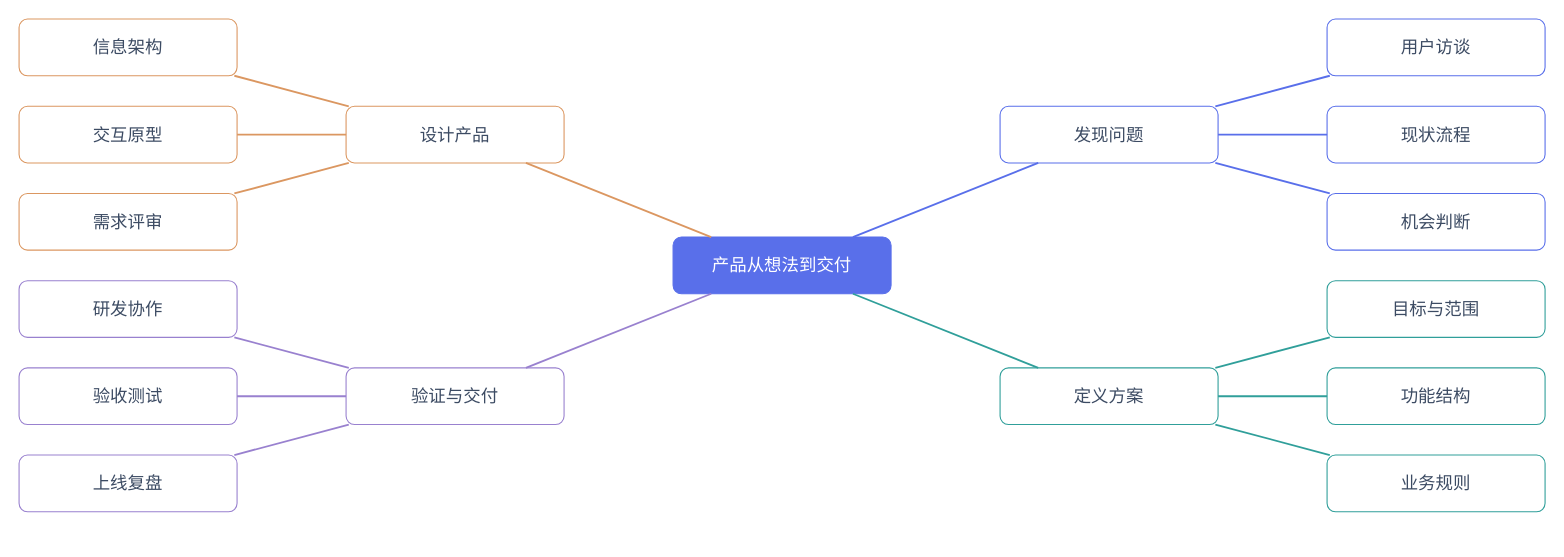
Before: examples/mindmap.drawio in beidaomitu233/FlyMind, a draw.io diagram. Source tidied: cells renumbered, new cells numbered last; positions are measured from the earlier drawing's top-left corner, leaving out a move shared by most shapes. Both pictures are drawn from the tidied source at 109%, with x=0, y=0 at pixel (19, 19).
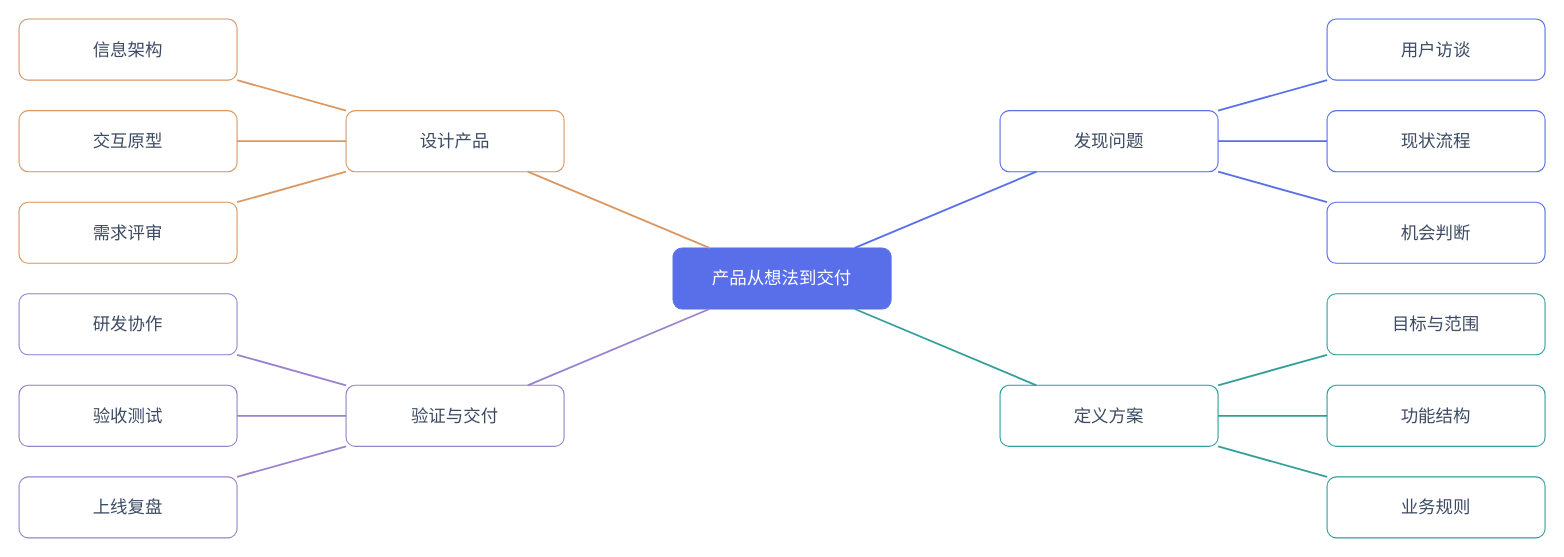
The same page after the edit.

What changed in the source:
```diff
@@
-    <mxCell id="2" value="产品从想法到交付" style="rounded=1;whiteSpace=wrap;html=0;fillColor=#596fea;strokeColor=#596fea;fontColor=#fff;fontSize=16;" parent="1" vertex="1">
-      <mxGeometry x="600" y="200" width="200" height="52" as="geometry" />
+    <mxCell id="2" value="产品从想法到交付" style="rounded=1;fillColor=#596fea;strokeColor=#596fea;whiteSpace=wrap;html=0;fontColor=#fff;fontSize=16;" parent="1" vertex="1">
+      <mxGeometry x="600" y="210" width="200" height="56" as="geometry" />
     </mxCell>
-    <mxCell id="3" value="发现问题" style="rounded=1;whiteSpace=wrap;html=0;fillColor=#fff;strokeColor=#596fea;fontColor=#3c4b63;fontSize=16;" parent="1" vertex="1">
-      <mxGeometry x="900" y="80" width="200" height="52" as="geometry" />
+    <mxCell id="3" value="发现问题" style="rounded=1;fillColor=#fff;strokeColor=#596fea;whiteSpace=wrap;html=0;fontColor=#3c4b63;fontSize=16;" parent="1" vertex="1">
+      <mxGeometry x="900" y="84" width="200" height="56" as="geometry" />
     </mxCell>
-    <mxCell id="4" value="用户访谈" style="rounded=1;whiteSpace=wrap;html=0;fillColor=#fff;strokeColor=#596fea;fontColor=#3c4b63;fontSize=16;" parent="1" vertex="1">
-      <mxGeometry x="1200" width="200" height="52" as="geometry" />
+    <mxCell id="4" value="用户访谈" style="rounded=1;fillColor=#fff;strokeColor=#596fea;whiteSpace=wrap;html=0;fontColor=#3c4b63;fontSize=16;" parent="1" vertex="1">
+      <mxGeometry x="1200" width="200" height="56" as="geometry" />
     </mxCell>
-    <mxCell id="5" value="现状流程" style="rounded=1;whiteSpace=wrap;html=0;fillColor=#fff;strokeColor=#596fea;fontColor=#3c4b63;fontSize=16;" parent="1" vertex="1">
-      <mxGeometry x="1200" y="80" width="200" height="52" as="geometry" />
+    <mxCell id="5" value="现状流程" style="rounded=1;fillColor=#fff;strokeColor=#596fea;whiteSpace=wrap;html=0;fontColor=#3c4b63;fontSize=16;" parent="1" vertex="1">
+      <mxGeometry x="1200" y="84" width="200" height="56" as="geometry" />
     </mxCell>
-    <mxCell id="6" value="机会判断" style="rounded=1;whiteSpace=wrap;html=0;fillColor=#fff;strokeColor=#596fea;fontColor=#3c4b63;fontSize=16;" parent="1" vertex="1">
-      <mxGeometry x="1200" y="160" width="200" height="52" as="geometry" />
+    <mxCell id="6" value="机会判断" style="rounded=1;fillColor=#fff;strokeColor=#596fea;whiteSpace=wrap;html=0;fontColor=#3c4b63;fontSize=16;" parent="1" vertex="1">
+      <mxGeometry x="1200" y="168" width="200" height="56" as="geometry" />
     </mxCell>
-    <mxCell id="7" value="定义方案" style="rounded=1;whiteSpace=wrap;html=0;fillColor=#fff;strokeColor=#309f9a;fontColor=#3c4b63;fontSize=16;" parent="1" vertex="1">
-      <mxGeometry x="900" y="320" width="200" height="52" as="geometry" />
+    <mxCell id="7" value="定义方案" style="rounded=1;fillColor=#fff;strokeColor=#309f9a;whiteSpace=wrap;html=0;fontColor=#3c4b63;fontSize=16;" parent="1" vertex="1">
+      <mxGeometry x="900" y="336" width="200" height="56" as="geometry" />
     </mxCell>
-    <mxCell id="8" value="目标与范围" style="rounded=1;whiteSpace=wrap;html=0;fillColor=#fff;strokeColor=#309f9a;fontColor=#3c4b63;fontSize=16;" parent="1" vertex="1">
-      <mxGeometry x="1200" y="240" width="200" height="52" as="geometry" />
+    <mxCell id="8" value="目标与范围" style="rounded=1;fillColor=#fff;strokeColor=#309f9a;whiteSpace=wrap;html=0;fontColor=#3c4b63;fontSize=16;" parent="1" vertex="1">
+      <mxGeometry x="1200" y="252" width="200" height="56" as="geometry" />
     </mxCell>
-    <mxCell id="9" value="功能结构" style="rounded=1;whiteSpace=wrap;html=0;fillColor=#fff;strokeColor=#309f9a;fontColor=#3c4b63;fontSize=16;" parent="1" vertex="1">
-      <mxGeometry x="1200" y="320" width="200" height="52" as="geometry" />
+    <mxCell id="9" value="功能结构" style="rounded=1;fillColor=#fff;strokeColor=#309f9a;whiteSpace=wrap;html=0;fontColor=#3c4b63;fontSize=16;" parent="1" vertex="1">
+      <mxGeometry x="1200" y="336" width="200" height="56" as="geometry" />
     </mxCell>
-    <mxCell id="10" value="业务规则" style="rounded=1;whiteSpace=wrap;html=0;fillColor=#fff;strokeColor=#309f9a;fontColor=#3c4b63;fontSize=16;" parent="1" vertex="1">
-      <mxGeometry x="1200" y="400" width="200" height="52" as="geometry" />
+    <mxCell id="10" value="业务规则" style="rounded=1;fillColor=#fff;strokeColor=#309f9a;whiteSpace=wrap;html=0;fontColor=#3c4b63;fontSize=16;" parent="1" vertex="1">
+      <mxGeometry x="1200" y="420" width="200" height="56" as="geometry" />
     </mxCell>
-    <mxCell id="11" value="设计产品" style="rounded=1;whiteSpace=wrap;html=0;fillColor=#fff;strokeColor=#db9761;fontColor=#3c4b63;fontSize=16;" parent="1" vertex="1">
-      <mxGeometry x="300" y="80" width="200" height="52" as="geometry" />
+    <mxCell id="11" value="设计产品" style="rounded=1;fillColor=#fff;strokeColor=#db9761;whiteSpace=wrap;html=0;fontColor=#3c4b63;fontSize=16;" parent="1" vertex="1">
+      <mxGeometry x="300" y="84" width="200" height="56" as="geometry" />
     </mxCell>
-    <mxCell id="12" value="信息架构" style="rounded=1;whiteSpace=wrap;html=0;fillColor=#fff;strokeColor=#db9761;fontColor=#3c4b63;fontSize=16;" parent="1" vertex="1">
-      <mxGeometry width="200" height="52" as="geometry" />
+    <mxCell id="12" value="信息架构" style="rounded=1;fillColor=#fff;strokeColor=#db9761;whiteSpace=wrap;html=0;fontColor=#3c4b63;fontSize=16;" parent="1" vertex="1">
+      <mxGeometry width="200" height="56" as="geometry" />
     </mxCell>
-    <mxCell id="13" value="交互原型" style="rounded=1;whiteSpace=wrap;html=0;fillColor=#fff;strokeColor=#db9761;fontColor=#3c4b63;fontSize=16;" parent="1" vertex="1">
-      <mxGeometry y="80" width="200" height="52" as="geometry" />
+    <mxCell id="13" value="交互原型" style="rounded=1;fillColor=#fff;strokeColor=#db9761;whiteSpace=wrap;html=0;fontColor=#3c4b63;fontSize=16;" parent="1" vertex="1">
+      <mxGeometry y="84" width="200" height="56" as="geometry" />
     </mxCell>
-    <mxCell id="14" value="需求评审" style="rounded=1;whiteSpace=wrap;html=0;fillColor=#fff;strokeColor=#db9761;fontColor=#3c4b63;fontSize=16;" parent="1" vertex="1">
-      <mxGeometry y="160" width="200" height="52" as="geometry" />
+    <mxCell id="14" value="需求评审" style="rounded=1;fillColor=#fff;strokeColor=#db9761;whiteSpace=wrap;html=0;fontColor=#3c4b63;fontSize=16;" parent="1" vertex="1">
+      <mxGeometry y="168" width="200" height="56" as="geometry" />
     </mxCell>
-    <mxCell id="15" value="验证与交付" style="rounded=1;whiteSpace=wrap;html=0;fillColor=#fff;strokeColor=#9981cf;fontColor=#3c4b63;fontSize=16;" parent="1" vertex="1">
-      <mxGeometry x="300" y="320" width="200" height="52" as="geometry" />
+    <mxCell id="15" value="验证与交付" style="rounded=1;fillColor=#fff;strokeColor=#9981cf;whiteSpace=wrap;html=0;fontColor=#3c4b63;fontSize=16;" parent="1" vertex="1">
+      <mxGeometry x="300" y="336" width="200" height="56" as="geometry" />
     </mxCell>
-    <mxCell id="16" value="研发协作" style="rounded=1;whiteSpace=wrap;html=0;fillColor=#fff;strokeColor=#9981cf;fontColor=#3c4b63;fontSize=16;" parent="1" vertex="1">
-      <mxGeometry y="240" width="200" height="52" as="geometry" />
+    <mxCell id="16" value="研发协作" style="rounded=1;fillColor=#fff;strokeColor=#9981cf;whiteSpace=wrap;html=0;fontColor=#3c4b63;fontSize=16;" parent="1" vertex="1">
+      <mxGeometry y="252" width="200" height="56" as="geometry" />
     </mxCell>
-    <mxCell id="17" value="验收测试" style="rounded=1;whiteSpace=wrap;html=0;fillColor=#fff;strokeColor=#9981cf;fontColor=#3c4b63;fontSize=16;" parent="1" vertex="1">
-      <mxGeometry y="320" width="200" height="52" as="geometry" />
+    <mxCell id="17" value="验收测试" style="rounded=1;fillColor=#fff;strokeColor=#9981cf;whiteSpace=wrap;html=0;fontColor=#3c4b63;fontSize=16;" parent="1" vertex="1">
+      <mxGeometry y="336" width="200" height="56" as="geometry" />
     </mxCell>
-    <mxCell id="18" value="上线复盘" style="rounded=1;whiteSpace=wrap;html=0;fillColor=#fff;strokeColor=#9981cf;fontColor=#3c4b63;fontSize=16;" parent="1" vertex="1">
-      <mxGeometry y="400" width="200" height="52" as="geometry" />
+    <mxCell id="18" value="上线复盘" style="rounded=1;fillColor=#fff;strokeColor=#9981cf;whiteSpace=wrap;html=0;fontColor=#3c4b63;fontSize=16;" parent="1" vertex="1">
+      <mxGeometry y="420" width="200" height="56" as="geometry" />
     </mxCell>
```
